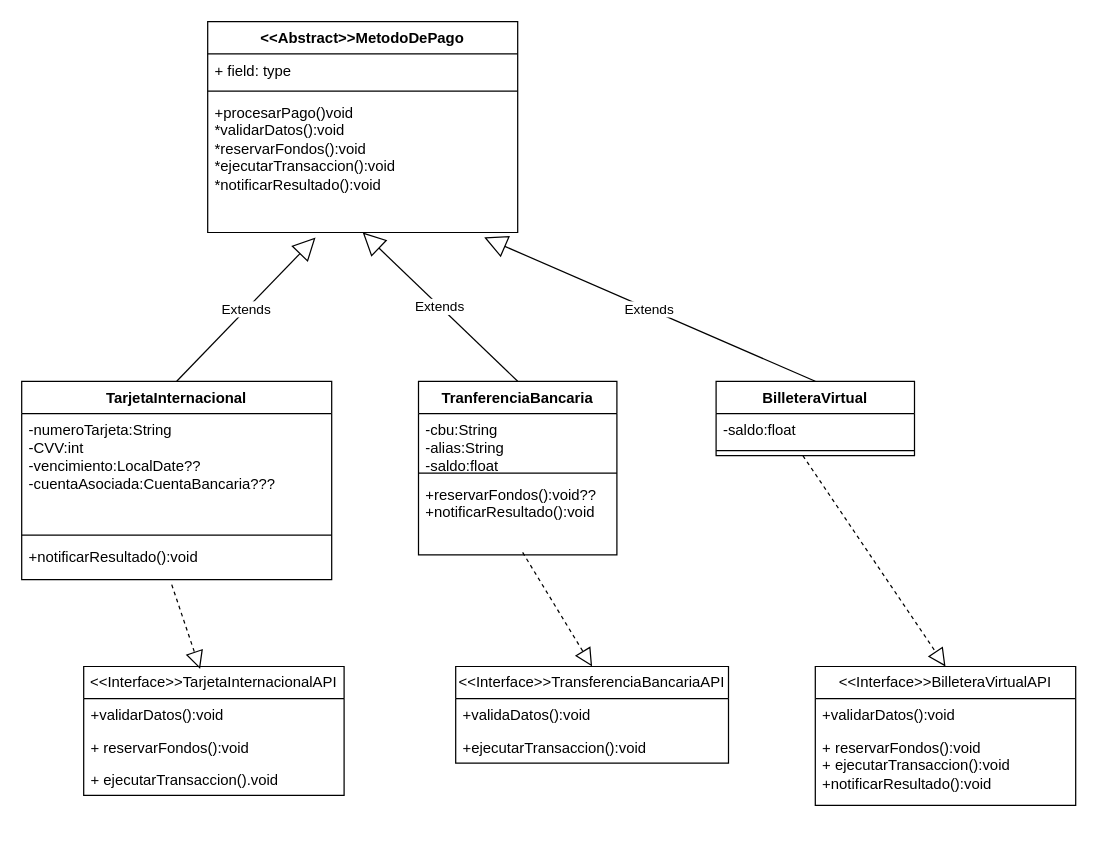
The draw.io diagram UML/2.4 metodos de  pago.drawio in MartinianoOliveto/po2-integrador, before the edit. Source tidied: cells renumbered, new cells numbered last; positions are measured from the earlier drawing's top-left corner, leaving out a move shared by most shapes. Both pictures are drawn from the tidied source at 124%, with x=0, y=0 at pixel (21, 21).
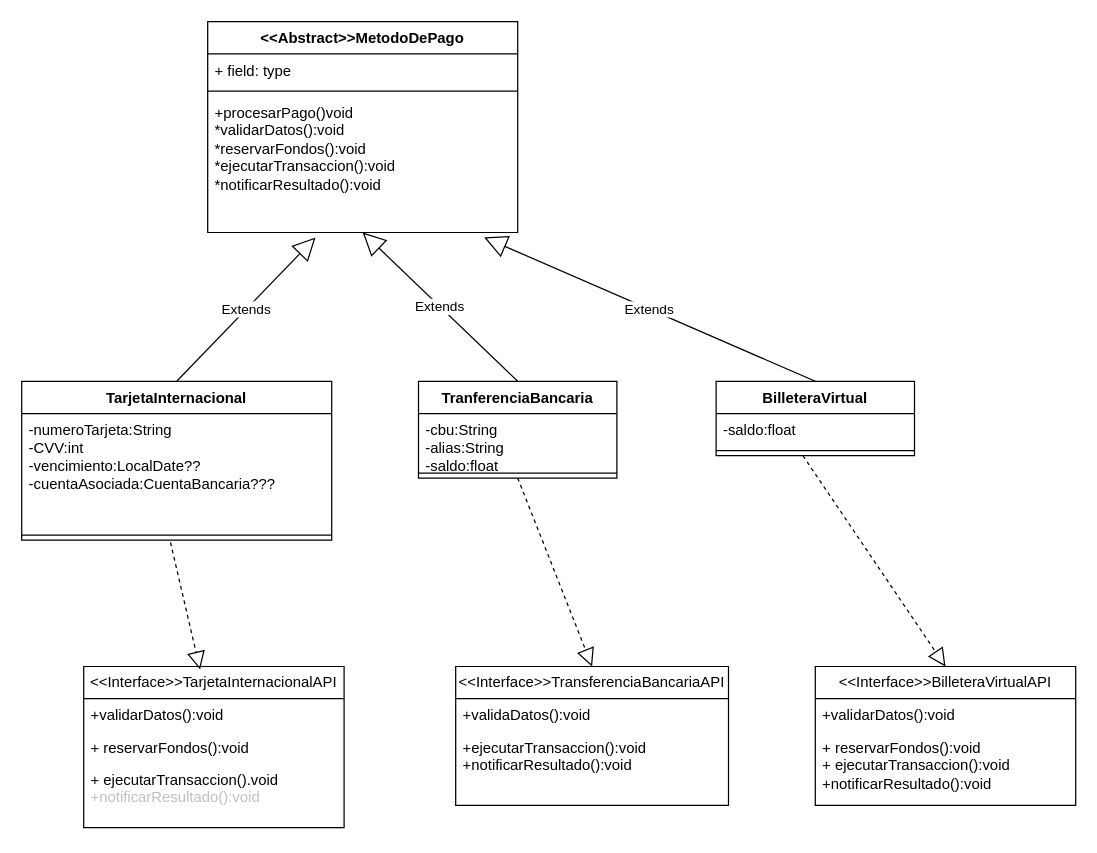
Above is the later version.

Change to the diagram source:
```diff
@@
     <mxCell id="6" value="TarjetaInternacional" style="swimlane;fontStyle=1;align=center;verticalAlign=top;horizontal=1;startSize=26;whiteSpace=wrap;html=1;" parent="1" vertex="1">
-      <mxGeometry y="290" width="250" height="160" as="geometry" />
+      <mxGeometry y="290" width="250" height="128" as="geometry" />
     </mxCell>
@@
-    <mxCell id="9" value="&lt;div&gt;&lt;div&gt;&lt;font face=&quot;Helvetica&quot;&gt;+notificarResultado():void&lt;/font&gt;&lt;/div&gt;&lt;/div&gt;" style="text;strokeColor=none;fillColor=none;align=left;verticalAlign=top;spacingLeft=4;spacingRight=4;overflow=hidden;points=[[0,0.5],[1,0.5]];portConstraint=eastwest;whiteSpace=wrap;html=1;" parent="6" vertex="1">
-      <mxGeometry y="128" width="250" height="32" as="geometry" />
-    </mxCell>
     <mxCell id="10" value="TranferenciaBancaria" style="swimlane;fontStyle=1;align=center;verticalAlign=top;horizontal=1;startSize=26;whiteSpace=wrap;html=1;" parent="1" vertex="1">
-      <mxGeometry x="320" y="290" width="160" height="140" as="geometry" />
+      <mxGeometry x="320" y="290" width="160" height="78" as="geometry" />
     </mxCell>
@@
-    <mxCell id="13" value="+reservarFondos():void??&lt;div&gt;+notificarResultado():void&lt;/div&gt;" style="text;strokeColor=none;fillColor=none;align=left;verticalAlign=top;spacingLeft=4;spacingRight=4;overflow=hidden;points=[[0,0.5],[1,0.5]];portConstraint=eastwest;whiteSpace=wrap;html=1;" parent="10" vertex="1">
-      <mxGeometry y="78" width="160" height="62" as="geometry" />
-    </mxCell>
@@
     <mxCell id="17" value="&amp;lt;&amp;lt;Interface&amp;gt;&amp;gt;TarjetaInternacionalAPI" style="swimlane;fontStyle=0;horizontal=1;startSize=26;fillColor=none;whiteSpace=wrap;html=1;" parent="1" vertex="1">
-      <mxGeometry x="50" y="520" width="210" height="104" as="geometry" />
+      <mxGeometry x="50" y="520" width="210" height="130" as="geometry" />
     </mxCell>
@@
-    <mxCell id="20" value="+ ejecutarTransaccion().void" style="text;strokeColor=none;fillColor=none;align=left;verticalAlign=top;spacingLeft=4;spacingRight=4;overflow=hidden;whiteSpace=wrap;html=1;" parent="17" vertex="1">
-      <mxGeometry y="78" width="210" height="26" as="geometry" />
+    <mxCell id="20" value="+ ejecutarTransaccion().void&lt;div&gt;&lt;span style=&quot;color: rgb(192, 192, 192);&quot;&gt;+notificarResultado():void&lt;/span&gt;&lt;/div&gt;" style="text;strokeColor=none;fillColor=none;align=left;verticalAlign=top;spacingLeft=4;spacingRight=4;overflow=hidden;whiteSpace=wrap;html=1;" parent="17" vertex="1">
+      <mxGeometry y="78" width="210" height="52" as="geometry" />
     </mxCell>
     <mxCell id="21" value="&amp;lt;&amp;lt;Interface&amp;gt;&amp;gt;TransferenciaBancariaAPI" style="swimlane;fontStyle=0;horizontal=1;startSize=26;fillColor=none;whiteSpace=wrap;html=1;" parent="1" vertex="1">
-      <mxGeometry x="350" y="520" width="220" height="78" as="geometry" />
+      <mxGeometry x="350" y="520" width="220" height="112" as="geometry" />
     </mxCell>
@@
-    <mxCell id="23" value="+ejecutarTransaccion():void" style="text;strokeColor=none;fillColor=none;align=left;verticalAlign=top;spacingLeft=4;spacingRight=4;overflow=hidden;whiteSpace=wrap;html=1;" parent="21" vertex="1">
-      <mxGeometry y="52" width="220" height="26" as="geometry" />
+    <mxCell id="23" value="+ejecutarTransaccion():void&lt;div&gt;+notificarResultado():void&amp;nbsp;&lt;/div&gt;" style="text;strokeColor=none;fillColor=none;align=left;verticalAlign=top;spacingLeft=4;spacingRight=4;overflow=hidden;whiteSpace=wrap;html=1;" parent="21" vertex="1">
+      <mxGeometry y="52" width="220" height="60" as="geometry" />
     </mxCell>
@@
-    <mxCell id="30" style="endArrow=block;dashed=1;endFill=0;endSize=12;html=1;rounded=0;exitX=0.484;exitY=1.125;exitDx=0;exitDy=0;exitPerimeter=0;entryX=0.447;entryY=0.019;entryDx=0;entryDy=0;entryPerimeter=0;" parent="1" edge="1" source="9" target="17">
-      <mxGeometry relative="1" as="geometry" />
+    <mxCell id="30" style="endArrow=block;dashed=1;endFill=0;endSize=12;html=1;rounded=0;entryX=0.447;entryY=0.019;entryDx=0;entryDy=0;entryPerimeter=0;" parent="1" edge="1" target="17">
+      <mxGeometry relative="1" as="geometry">
+        <mxPoint x="120" y="420" as="sourcePoint" />
+      </mxGeometry>
     </mxCell>
-    <mxCell id="31" style="endArrow=block;dashed=1;endFill=0;endSize=12;html=1;rounded=0;exitX=0.525;exitY=0.968;exitDx=0;exitDy=0;exitPerimeter=0;entryX=0.5;entryY=0;entryDx=0;entryDy=0;" parent="1" edge="1" source="13" target="21">
+    <mxCell id="31" style="endArrow=block;dashed=1;endFill=0;endSize=12;html=1;rounded=0;exitX=0.5;exitY=1;exitDx=0;exitDy=0;entryX=0.5;entryY=0;entryDx=0;entryDy=0;" parent="1" edge="1" source="10" target="21">
       <mxGeometry relative="1" as="geometry" />
     </mxCell>
```
